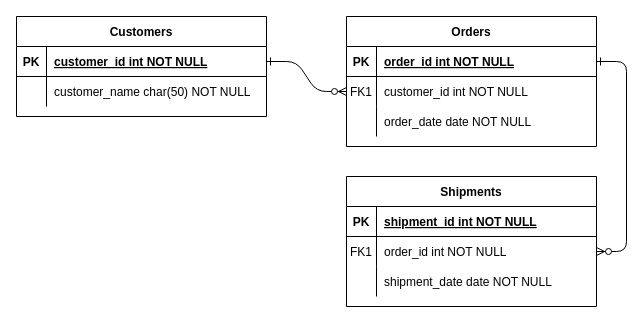
Above: Untitled Diagram.drawio in Claire2888/ERD-Assessment (draw.io), before the change. Source tidied: cells renumbered, new cells numbered last; positions are measured from the earlier drawing's top-left corner, leaving out a move shared by most shapes. Both pictures are drawn from the tidied source at 100%, with x=0, y=0 at pixel (16, 16).
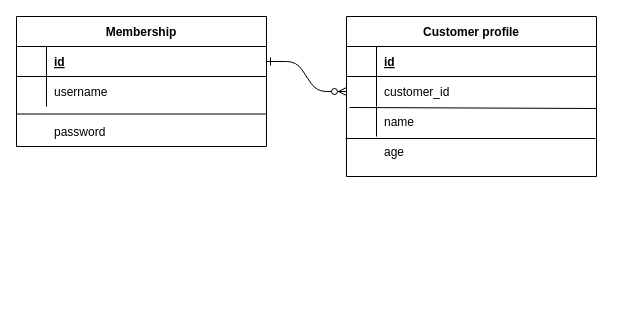
After the change.

The change refers to these unchanged cells:
```xml
<mxCell id="5" style="shape=partialRectangle;fillColor=none;points=[[0,0.5],[1,0.5]];portConstraint=eastwest;top=0;left=0;right=0;bottom=1;" parent="4" vertex="1">
  <mxGeometry y="30" width="250" height="30" as="geometry" />
</mxCell>
<mxCell id="8" style="shape=partialRectangle;fillColor=none;points=[[0,0.5],[1,0.5]];portConstraint=eastwest;top=0;left=0;right=0;bottom=0;" parent="4" vertex="1">
  <mxGeometry y="60" width="250" height="30" as="geometry" />
</mxCell>
<mxCell id="11" style="shape=partialRectangle;fillColor=none;points=[[0,0.5],[1,0.5]];portConstraint=eastwest;top=0;left=0;right=0;bottom=0;" parent="4" vertex="1">
  <mxGeometry y="90" width="250" height="30" as="geometry" />
</mxCell>
<mxCell id="25" style="shape=partialRectangle;fillColor=none;points=[[0,0.5],[1,0.5]];portConstraint=eastwest;top=0;left=0;right=0;bottom=1;" parent="24" vertex="1">
  <mxGeometry y="30" width="250" height="30" as="geometry" />
</mxCell>
<mxCell id="28" style="shape=partialRectangle;fillColor=none;top=0;left=0;right=0;bottom=0;" parent="24" vertex="1">
  <mxGeometry y="60" width="250" height="30" as="geometry" />
</mxCell>
```

Diff of the diagram source:
```diff
@@
-    <mxCell id="3" style="edgeStyle=entityRelationEdgeStyle;endArrow=ERzeroToMany;startArrow=ERone;endFill=1;startFill=0;" parent="1" edge="1" source="5" target="18">
-      <mxGeometry relative="1" as="geometry" />
-    </mxCell>
-    <mxCell id="4" value="Orders" style="shape=table;startSize=30;childLayout=tableLayout;rowLines=0;fontStyle=1;align=center;" parent="1" vertex="1">
-      <mxGeometry x="330" width="250" height="130" as="geometry" />
+    <mxCell id="4" value="Customer profile" style="shape=table;startSize=30;childLayout=tableLayout;rowLines=0;fontStyle=1;align=center;" parent="1" vertex="1">
+      <mxGeometry x="330" width="250" height="160" as="geometry" />
     </mxCell>
@@
-    <mxCell id="6" value="PK" style="shape=partialRectangle;overflow=hidden;fillColor=none;top=0;left=0;bottom=0;right=0;fontStyle=1;" parent="5" vertex="1">
+    <mxCell id="6" style="shape=partialRectangle;overflow=hidden;fillColor=none;top=0;left=0;bottom=0;right=0;fontStyle=1;" parent="5" vertex="1">
       <mxGeometry width="30" height="30" as="geometry" />
     </mxCell>
-    <mxCell id="7" value="order_id int NOT NULL " style="shape=partialRectangle;overflow=hidden;fillColor=none;top=0;left=0;bottom=0;right=0;align=left;spacingLeft=6;fontStyle=5;" parent="5" vertex="1">
+    <mxCell id="7" value="id" style="shape=partialRectangle;overflow=hidden;fillColor=none;top=0;left=0;bottom=0;right=0;align=left;spacingLeft=6;fontStyle=5;" parent="5" vertex="1">
       <mxGeometry x="30" width="220" height="30" as="geometry" />
     </mxCell>
@@
-    <mxCell id="9" value="FK1" style="shape=partialRectangle;overflow=hidden;fillColor=none;top=0;left=0;bottom=0;right=0;" parent="8" vertex="1">
+    <mxCell id="9" style="shape=partialRectangle;overflow=hidden;fillColor=none;top=0;left=0;bottom=0;right=0;" parent="8" vertex="1">
       <mxGeometry width="30" height="30" as="geometry" />
     </mxCell>
-    <mxCell id="10" value="customer_id int NOT NULL" style="shape=partialRectangle;overflow=hidden;fillColor=none;top=0;left=0;bottom=0;right=0;align=left;spacingLeft=6;" parent="8" vertex="1">
+    <mxCell id="10" value="customer_id" style="shape=partialRectangle;overflow=hidden;fillColor=none;top=0;left=0;bottom=0;right=0;align=left;spacingLeft=6;" parent="8" vertex="1">
       <mxGeometry x="30" width="220" height="30" as="geometry" />
     </mxCell>
@@
-    <mxCell id="13" value="order_date date NOT NULL" style="shape=partialRectangle;overflow=hidden;fillColor=none;top=0;left=0;bottom=0;right=0;align=left;spacingLeft=6;" parent="11" vertex="1">
+    <mxCell id="13" value="name" style="shape=partialRectangle;overflow=hidden;fillColor=none;top=0;left=0;bottom=0;right=0;align=left;spacingLeft=6;" parent="11" vertex="1">
       <mxGeometry x="30" width="220" height="30" as="geometry" />
     </mxCell>
-    <mxCell id="14" value="Shipments" style="shape=table;startSize=30;childLayout=tableLayout;rowLines=0;fontStyle=1;align=center;" parent="1" vertex="1">
-      <mxGeometry x="330" y="160" width="250" height="130" as="geometry" />
-    </mxCell>
-    <mxCell id="15" style="shape=partialRectangle;fillColor=none;top=0;left=0;right=0;bottom=1;" parent="14" vertex="1">
-      <mxGeometry y="30" width="250" height="30" as="geometry" />
-    </mxCell>
-    <mxCell id="16" value="PK" style="shape=partialRectangle;overflow=hidden;fillColor=none;top=0;left=0;bottom=0;right=0;fontStyle=1;" parent="15" vertex="1">
-      <mxGeometry width="30" height="30" as="geometry" />
-    </mxCell>
-    <mxCell id="17" value="shipment_id int NOT NULL " style="shape=partialRectangle;overflow=hidden;fillColor=none;top=0;left=0;bottom=0;right=0;align=left;spacingLeft=6;fontStyle=5;" parent="15" vertex="1">
-      <mxGeometry x="30" width="220" height="30" as="geometry" />
-    </mxCell>
-    <mxCell id="18" style="shape=partialRectangle;fillColor=none;points=[[0,0.5],[1,0.5]];portConstraint=eastwest;top=0;left=0;right=0;bottom=0;" parent="14" vertex="1">
-      <mxGeometry y="60" width="250" height="30" as="geometry" />
-    </mxCell>
-    <mxCell id="19" value="FK1" style="shape=partialRectangle;overflow=hidden;fillColor=none;top=0;left=0;bottom=0;right=0;" parent="18" vertex="1">
-      <mxGeometry width="30" height="30" as="geometry" />
-    </mxCell>
-    <mxCell id="20" value="order_id int NOT NULL" style="shape=partialRectangle;overflow=hidden;fillColor=none;top=0;left=0;bottom=0;right=0;align=left;spacingLeft=6;" parent="18" vertex="1">
-      <mxGeometry x="30" width="220" height="30" as="geometry" />
-    </mxCell>
-    <mxCell id="21" style="shape=partialRectangle;fillColor=none;top=0;left=0;right=0;bottom=0;" parent="14" vertex="1">
-      <mxGeometry y="90" width="250" height="30" as="geometry" />
-    </mxCell>
-    <mxCell id="22" style="shape=partialRectangle;overflow=hidden;fillColor=none;top=0;left=0;bottom=0;right=0;" parent="21" vertex="1">
-      <mxGeometry width="30" height="30" as="geometry" />
-    </mxCell>
-    <mxCell id="23" value="shipment_date date NOT NULL" style="shape=partialRectangle;overflow=hidden;fillColor=none;top=0;left=0;bottom=0;right=0;align=left;spacingLeft=6;" parent="21" vertex="1">
-      <mxGeometry x="30" width="220" height="30" as="geometry" />
-    </mxCell>
+    <mxCell id="31" style="endArrow=none;html=1;exitX=0.012;exitY=1.033;exitDx=0;exitDy=0;exitPerimeter=0;entryX=1;entryY=1.067;entryDx=0;entryDy=0;entryPerimeter=0;" parent="4" edge="1" source="8" target="8">
+      <mxGeometry relative="1" as="geometry" />
+    </mxCell>
+    <mxCell id="32" style="endArrow=none;html=1;entryX=0.996;entryY=1.067;entryDx=0;entryDy=0;entryPerimeter=0;exitX=-0.004;exitY=1.067;exitDx=0;exitDy=0;exitPerimeter=0;" parent="4" edge="1" source="11" target="11">
+      <mxGeometry relative="1" as="geometry" />
+    </mxCell>
-    <mxCell id="24" value="Customers" style="shape=table;startSize=30;childLayout=tableLayout;rowLines=0;fontStyle=1;align=center;" parent="1" vertex="1">
-      <mxGeometry width="250" height="100" as="geometry" />
+    <mxCell id="24" value="Membership" style="shape=table;startSize=30;childLayout=tableLayout;rowLines=0;fontStyle=1;align=center;" parent="1" vertex="1">
+      <mxGeometry width="250" height="130" as="geometry" />
     </mxCell>
@@
-    <mxCell id="26" value="PK" style="shape=partialRectangle;overflow=hidden;fillColor=none;top=0;left=0;bottom=0;right=0;fontStyle=1;" parent="25" vertex="1">
+    <mxCell id="26" style="shape=partialRectangle;overflow=hidden;fillColor=none;top=0;left=0;bottom=0;right=0;fontStyle=1;" parent="25" vertex="1">
       <mxGeometry width="30" height="30" as="geometry" />
     </mxCell>
-    <mxCell id="27" value="customer_id int NOT NULL " style="shape=partialRectangle;overflow=hidden;fillColor=none;top=0;left=0;bottom=0;right=0;align=left;spacingLeft=6;fontStyle=5;" parent="25" vertex="1">
+    <mxCell id="27" value="id" style="shape=partialRectangle;overflow=hidden;fillColor=none;top=0;left=0;bottom=0;right=0;align=left;spacingLeft=6;fontStyle=5;" parent="25" vertex="1">
       <mxGeometry x="30" width="220" height="30" as="geometry" />
     </mxCell>
@@
-    <mxCell id="30" value="customer_name char(50) NOT NULL" style="shape=partialRectangle;overflow=hidden;fillColor=none;top=0;left=0;bottom=0;right=0;align=left;spacingLeft=6;" parent="28" vertex="1">
+    <mxCell id="30" value="username" style="shape=partialRectangle;overflow=hidden;fillColor=none;top=0;left=0;bottom=0;right=0;align=left;spacingLeft=6;" parent="28" vertex="1">
       <mxGeometry x="30" width="220" height="30" as="geometry" />
     </mxCell>
+    <mxCell id="33" value="age" style="shape=partialRectangle;overflow=hidden;fillColor=none;top=0;left=0;bottom=0;right=0;align=left;spacingLeft=6;" parent="1" vertex="1">
+      <mxGeometry x="360" y="120" width="220" height="30" as="geometry" />
+    </mxCell>
+    <mxCell id="34" style="endArrow=none;html=1;exitX=0;exitY=0.75;exitDx=0;exitDy=0;entryX=1;entryY=0.75;entryDx=0;entryDy=0;" parent="1" edge="1" source="24" target="24">
+      <mxGeometry relative="1" as="geometry" />
+    </mxCell>
+    <mxCell id="35" value="password" style="shape=partialRectangle;overflow=hidden;fillColor=none;top=0;left=0;bottom=0;right=0;align=left;spacingLeft=6;" parent="1" vertex="1">
+      <mxGeometry x="30" y="100" width="220" height="30" as="geometry" />
+    </mxCell>
```
